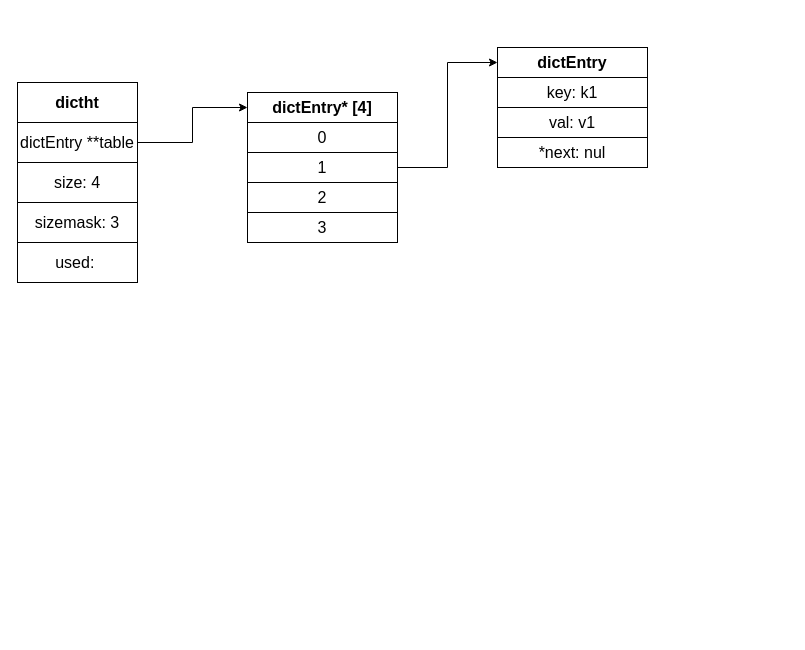
Before: Redis-Dict.drawio in XuYi-fei/draw.io.sync, a draw.io diagram. Source tidied: cells renumbered, new cells numbered last; positions are measured from the earlier drawing's top-left corner, leaving out a move shared by most shapes. Both pictures are drawn from the tidied source at 100%, with x=0, y=0 at pixel (17, 47).
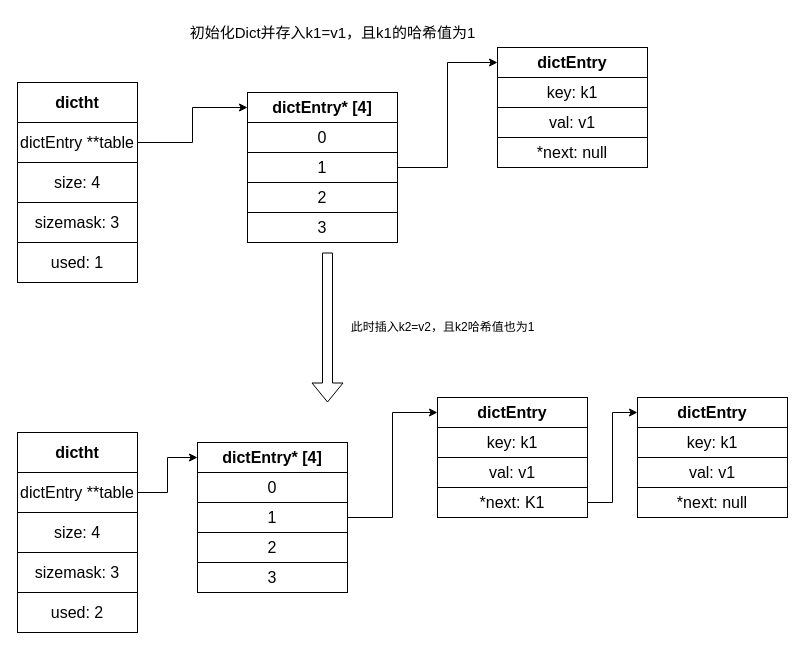
The same diagram, later.

The edit, as a diff of the source:
```diff
@@
-    <mxCell id="7" value="used:&amp;nbsp;" style="rounded=0;whiteSpace=wrap;html=1;fontSize=16;fontStyle=0;" parent="1" vertex="1">
+    <mxCell id="7" value="used: 1" style="rounded=0;whiteSpace=wrap;html=1;fontSize=16;fontStyle=0;" parent="1" vertex="1">
       <mxGeometry y="195" width="120" height="40" as="geometry" />
     </mxCell>
@@
-    <mxCell id="17" value="*next: nul" style="rounded=0;whiteSpace=wrap;html=1;fontSize=16;fontStyle=0;" parent="1" vertex="1">
+    <mxCell id="17" value="*next: null" style="rounded=0;whiteSpace=wrap;html=1;fontSize=16;fontStyle=0;" parent="1" vertex="1">
       <mxGeometry x="480" y="90" width="150" height="30" as="geometry" />
     </mxCell>
+    <mxCell id="18" value="初始化Dict并存入k1=v1，且k1的哈希值为1" style="text;html=1;align=center;verticalAlign=middle;strokeColor=none;fillColor=none;fontSize=15;" parent="1" vertex="1">
+      <mxGeometry x="160" y="-30" width="310" height="30" as="geometry" />
+    </mxCell>
+    <mxCell id="19" value="dictht" style="rounded=0;whiteSpace=wrap;html=1;fontSize=16;fontStyle=1;" parent="1" vertex="1">
+      <mxGeometry y="385" width="120" height="40" as="geometry" />
+    </mxCell>
+    <mxCell id="20" style="edgeStyle=orthogonalEdgeStyle;rounded=0;jettySize=auto;html=1;entryX=0;entryY=0.5;entryDx=0;entryDy=0;" parent="1" edge="1" source="21" target="25">
+      <mxGeometry relative="1" as="geometry" />
+    </mxCell>
+    <mxCell id="21" value="dictEntry **table" style="rounded=0;whiteSpace=wrap;html=1;fontSize=16;fontStyle=0;" parent="1" vertex="1">
+      <mxGeometry y="425" width="120" height="40" as="geometry" />
+    </mxCell>
+    <mxCell id="22" value="size: 4" style="rounded=0;whiteSpace=wrap;html=1;fontSize=16;fontStyle=0;" parent="1" vertex="1">
+      <mxGeometry y="465" width="120" height="40" as="geometry" />
+    </mxCell>
+    <mxCell id="23" value="sizemask: 3" style="rounded=0;whiteSpace=wrap;html=1;fontSize=16;fontStyle=0;" parent="1" vertex="1">
+      <mxGeometry y="505" width="120" height="40" as="geometry" />
+    </mxCell>
+    <mxCell id="24" value="used: 2" style="rounded=0;whiteSpace=wrap;html=1;fontSize=16;fontStyle=0;" parent="1" vertex="1">
+      <mxGeometry y="545" width="120" height="40" as="geometry" />
+    </mxCell>
+    <mxCell id="25" value="dictEntry* [4]" style="rounded=0;whiteSpace=wrap;html=1;fontSize=16;fontStyle=1;" parent="1" vertex="1">
+      <mxGeometry x="180" y="395" width="150" height="30" as="geometry" />
+    </mxCell>
+    <mxCell id="26" value="0" style="rounded=0;whiteSpace=wrap;html=1;fontSize=16;fontStyle=0;" parent="1" vertex="1">
+      <mxGeometry x="180" y="425" width="150" height="30" as="geometry" />
+    </mxCell>
+    <mxCell id="27" style="edgeStyle=orthogonalEdgeStyle;rounded=0;jettySize=auto;html=1;exitX=1;exitY=0.5;exitDx=0;exitDy=0;entryX=0;entryY=0.5;entryDx=0;entryDy=0;" parent="1" edge="1" source="28" target="31">
+      <mxGeometry relative="1" as="geometry" />
+    </mxCell>
+    <mxCell id="28" value="1" style="rounded=0;whiteSpace=wrap;html=1;fontSize=16;fontStyle=0;" parent="1" vertex="1">
+      <mxGeometry x="180" y="455" width="150" height="30" as="geometry" />
+    </mxCell>
+    <mxCell id="29" value="2" style="rounded=0;whiteSpace=wrap;html=1;fontSize=16;fontStyle=0;" parent="1" vertex="1">
+      <mxGeometry x="180" y="485" width="150" height="30" as="geometry" />
+    </mxCell>
+    <mxCell id="30" value="3" style="rounded=0;whiteSpace=wrap;html=1;fontSize=16;fontStyle=0;" parent="1" vertex="1">
+      <mxGeometry x="180" y="515" width="150" height="30" as="geometry" />
+    </mxCell>
+    <mxCell id="31" value="dictEntry" style="rounded=0;whiteSpace=wrap;html=1;fontSize=16;fontStyle=1;" parent="1" vertex="1">
+      <mxGeometry x="420" y="350" width="150" height="30" as="geometry" />
+    </mxCell>
+    <mxCell id="32" value="key: k1" style="rounded=0;whiteSpace=wrap;html=1;fontSize=16;fontStyle=0;" parent="1" vertex="1">
+      <mxGeometry x="420" y="380" width="150" height="30" as="geometry" />
+    </mxCell>
+    <mxCell id="33" value="val: v1" style="rounded=0;whiteSpace=wrap;html=1;fontSize=16;fontStyle=0;" parent="1" vertex="1">
+      <mxGeometry x="420" y="410" width="150" height="30" as="geometry" />
+    </mxCell>
+    <mxCell id="34" style="edgeStyle=orthogonalEdgeStyle;rounded=0;jettySize=auto;html=1;exitX=1;exitY=0.5;exitDx=0;exitDy=0;entryX=0;entryY=0.5;entryDx=0;entryDy=0;" parent="1" edge="1" source="35" target="38">
+      <mxGeometry relative="1" as="geometry" />
+    </mxCell>
+    <mxCell id="35" value="*next: K1" style="rounded=0;whiteSpace=wrap;html=1;fontSize=16;fontStyle=0;" parent="1" vertex="1">
+      <mxGeometry x="420" y="440" width="150" height="30" as="geometry" />
+    </mxCell>
+    <mxCell id="36" style="shape=flexArrow;endArrow=classic;html=1;rounded=0;" parent="1" edge="1">
+      <mxGeometry relative="1" as="geometry">
+        <mxPoint x="310" y="205" as="sourcePoint" />
+        <mxPoint x="310" y="355" as="targetPoint" />
+      </mxGeometry>
+    </mxCell>
+    <mxCell id="37" value="此时插入k2=v2，且k2哈希值也为1" style="text;html=1;align=center;verticalAlign=middle;strokeColor=none;fillColor=none;" parent="1" vertex="1">
+      <mxGeometry x="320" y="265" width="210" height="30" as="geometry" />
+    </mxCell>
+    <mxCell id="38" value="dictEntry" style="rounded=0;whiteSpace=wrap;html=1;fontSize=16;fontStyle=1;" parent="1" vertex="1">
+      <mxGeometry x="620" y="350" width="150" height="30" as="geometry" />
+    </mxCell>
+    <mxCell id="39" value="key: k1" style="rounded=0;whiteSpace=wrap;html=1;fontSize=16;fontStyle=0;" parent="1" vertex="1">
+      <mxGeometry x="620" y="380" width="150" height="30" as="geometry" />
+    </mxCell>
+    <mxCell id="40" value="val: v1" style="rounded=0;whiteSpace=wrap;html=1;fontSize=16;fontStyle=0;" parent="1" vertex="1">
+      <mxGeometry x="620" y="410" width="150" height="30" as="geometry" />
+    </mxCell>
+    <mxCell id="41" value="*next: null" style="rounded=0;whiteSpace=wrap;html=1;fontSize=16;fontStyle=0;" parent="1" vertex="1">
+      <mxGeometry x="620" y="440" width="150" height="30" as="geometry" />
+    </mxCell>
```
